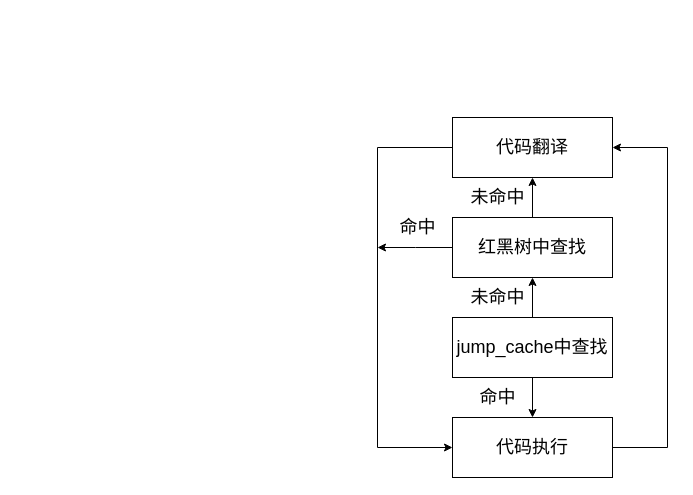
The draw.io diagram page "基本块的查找与翻译" (10 of 30) of lajit.drawio in ganjue66da/ganjue66da, before the edit. Source tidied: cells renumbered, new cells numbered last; positions are measured from the earlier drawing's top-left corner, leaving out a move shared by most shapes. Both pictures are drawn from the tidied source at 100%, with x=0, y=0 at pixel (377, 117).
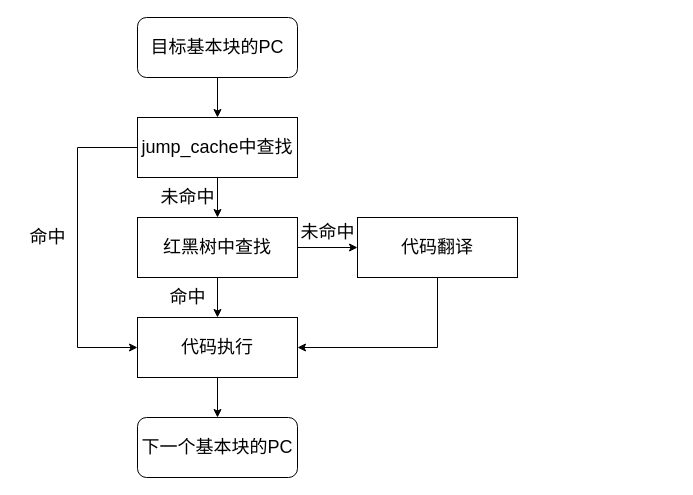
Above is the later version.

Diff of the diagram source:
```diff
@@
+    <mxCell id="16" style="edgeStyle=orthogonalEdgeStyle;rounded=0;jettySize=auto;html=1;exitX=0.5;exitY=1;exitDx=0;exitDy=0;entryX=0.5;entryY=0;entryDx=0;entryDy=0;" parent="1" edge="1" source="17" target="4">
+      <mxGeometry relative="1" as="geometry" />
+    </mxCell>
+    <mxCell id="17" value="&lt;font style=&quot;font-size: 18px;&quot;&gt;目标基本块的PC&lt;/font&gt;" style="rounded=1;whiteSpace=wrap;html=1;" parent="1" vertex="1">
+      <mxGeometry x="-240" y="-100" width="160" height="60" as="geometry" />
+    </mxCell>
-    <mxCell id="2" style="edgeStyle=orthogonalEdgeStyle;rounded=0;jettySize=auto;html=1;fontSize=18;" parent="1" edge="1" source="4" target="7">
+    <mxCell id="2" style="edgeStyle=orthogonalEdgeStyle;rounded=0;jettySize=auto;html=1;" parent="1" edge="1" source="4" target="7">
       <mxGeometry relative="1" as="geometry" />
     </mxCell>
-    <mxCell id="3" style="edgeStyle=orthogonalEdgeStyle;rounded=0;jettySize=auto;html=1;fontSize=18;" parent="1" edge="1" source="4" target="12">
-      <mxGeometry relative="1" as="geometry" />
+    <mxCell id="3" style="edgeStyle=orthogonalEdgeStyle;rounded=0;jettySize=auto;html=1;exitX=0;exitY=0.5;exitDx=0;exitDy=0;entryX=0;entryY=0.5;entryDx=0;entryDy=0;" parent="1" edge="1" source="4" target="12">
+      <mxGeometry relative="1" as="geometry">
+        <Array as="points">
+          <mxPoint x="-300" y="30" />
+          <mxPoint x="-300" y="230" />
+        </Array>
+      </mxGeometry>
     </mxCell>
     <mxCell id="4" value="jump_cache中查找" style="rounded=0;whiteSpace=wrap;html=1;fontSize=18;fillColor=none;" parent="1" vertex="1">
-      <mxGeometry x="75" y="200" width="160" height="60" as="geometry" />
+      <mxGeometry x="-240" width="160" height="60" as="geometry" />
     </mxCell>
+    <mxCell id="18" style="edgeStyle=orthogonalEdgeStyle;rounded=0;jettySize=auto;html=1;" parent="1" edge="1" source="7" target="12">
+      <mxGeometry relative="1" as="geometry" />
+    </mxCell>
-    <mxCell id="5" style="edgeStyle=orthogonalEdgeStyle;rounded=0;jettySize=auto;html=1;fontSize=18;" parent="1" edge="1" source="7" target="10">
+    <mxCell id="5" style="edgeStyle=orthogonalEdgeStyle;rounded=0;jettySize=auto;html=1;" parent="1" edge="1" source="7" target="10">
       <mxGeometry relative="1" as="geometry" />
     </mxCell>
-    <mxCell id="6" style="edgeStyle=orthogonalEdgeStyle;rounded=0;jettySize=auto;html=1;exitX=0;exitY=0.5;exitDx=0;exitDy=0;fontSize=18;" parent="1" edge="1" source="7">
-      <mxGeometry relative="1" as="geometry">
-        <mxPoint y="130" as="targetPoint" />
-      </mxGeometry>
-    </mxCell>
     <mxCell id="7" value="红黑树中查找" style="rounded=0;whiteSpace=wrap;html=1;fontSize=18;fillColor=none;" parent="1" vertex="1">
-      <mxGeometry x="75" y="100" width="160" height="60" as="geometry" />
+      <mxGeometry x="-240" y="100" width="160" height="60" as="geometry" />
     </mxCell>
-    <mxCell id="8" value="未命中" style="text;html=1;align=center;verticalAlign=middle;strokeColor=none;fillColor=none;fontSize=18;" parent="1" vertex="1">
-      <mxGeometry x="80" y="160" width="80" height="40" as="geometry" />
-    </mxCell>
+    <mxCell id="19" style="edgeStyle=orthogonalEdgeStyle;rounded=0;jettySize=auto;html=1;" parent="1" edge="1" source="12" target="24">
+      <mxGeometry relative="1" as="geometry" />
+    </mxCell>
+    <mxCell id="12" value="代码执行" style="rounded=0;whiteSpace=wrap;html=1;fontSize=18;fillColor=none;" parent="1" vertex="1">
+      <mxGeometry x="-240" y="200" width="160" height="60" as="geometry" />
+    </mxCell>
-    <mxCell id="9" style="edgeStyle=orthogonalEdgeStyle;rounded=0;jettySize=auto;html=1;exitX=0;exitY=0.5;exitDx=0;exitDy=0;entryX=0;entryY=0.5;entryDx=0;entryDy=0;fontSize=18;" parent="1" edge="1" source="10" target="12">
-      <mxGeometry relative="1" as="geometry">
-        <Array as="points">
-          <mxPoint y="30" />
-          <mxPoint y="330" />
-        </Array>
-      </mxGeometry>
+    <mxCell id="9" style="edgeStyle=orthogonalEdgeStyle;rounded=0;jettySize=auto;html=1;exitX=0.5;exitY=1;exitDx=0;exitDy=0;entryX=1;entryY=0.5;entryDx=0;entryDy=0;" parent="1" edge="1" source="10" target="12">
+      <mxGeometry relative="1" as="geometry" />
     </mxCell>
     <mxCell id="10" value="代码翻译" style="rounded=0;whiteSpace=wrap;html=1;fontSize=18;fillColor=none;" parent="1" vertex="1">
-      <mxGeometry x="75" width="160" height="60" as="geometry" />
+      <mxGeometry x="-20" y="100" width="160" height="60" as="geometry" />
     </mxCell>
-    <mxCell id="11" style="edgeStyle=orthogonalEdgeStyle;rounded=0;jettySize=auto;html=1;exitX=1;exitY=0.5;exitDx=0;exitDy=0;entryX=1;entryY=0.5;entryDx=0;entryDy=0;fontSize=18;" parent="1" edge="1" source="12" target="10">
-      <mxGeometry x="0.1" y="-20" relative="1" as="geometry">
-        <Array as="points">
-          <mxPoint x="290" y="330" />
-          <mxPoint x="290" y="30" />
-        </Array>
-      </mxGeometry>
-    </mxCell>
-    <mxCell id="12" value="代码执行" style="rounded=0;whiteSpace=wrap;html=1;fontSize=18;fillColor=none;" parent="1" vertex="1">
-      <mxGeometry x="75" y="300" width="160" height="60" as="geometry" />
-    </mxCell>
-    <mxCell id="13" value="命中" style="text;html=1;align=center;verticalAlign=middle;strokeColor=none;fillColor=none;fontSize=18;" parent="1" vertex="1">
-      <mxGeometry x="10" y="90" width="60" height="40" as="geometry" />
-    </mxCell>
-    <mxCell id="14" value="命中" style="text;html=1;align=center;verticalAlign=middle;strokeColor=none;fillColor=none;fontSize=18;" parent="1" vertex="1">
-      <mxGeometry x="90" y="260" width="60" height="40" as="geometry" />
-    </mxCell>
-    <mxCell id="15" value="未命中" style="text;html=1;align=center;verticalAlign=middle;strokeColor=none;fillColor=none;fontSize=18;" parent="1" vertex="1">
-      <mxGeometry x="80" y="60" width="80" height="40" as="geometry" />
-    </mxCell>
+    <mxCell id="20" value="&lt;font style=&quot;font-size: 18px;&quot;&gt;未命中&lt;/font&gt;" style="text;html=1;align=center;verticalAlign=middle;strokeColor=none;fillColor=none;" parent="1" vertex="1">
+      <mxGeometry x="-230" y="60" width="80" height="40" as="geometry" />
+    </mxCell>
+    <mxCell id="21" value="&lt;font style=&quot;font-size: 18px;&quot;&gt;命中&lt;/font&gt;" style="text;html=1;align=center;verticalAlign=middle;strokeColor=none;fillColor=none;" parent="1" vertex="1">
+      <mxGeometry x="-220" y="160" width="60" height="40" as="geometry" />
+    </mxCell>
+    <mxCell id="22" value="&lt;font style=&quot;font-size: 18px;&quot;&gt;未命中&lt;/font&gt;" style="text;html=1;align=center;verticalAlign=middle;strokeColor=none;fillColor=none;" parent="1" vertex="1">
+      <mxGeometry x="-90" y="95" width="80" height="40" as="geometry" />
+    </mxCell>
+    <mxCell id="23" value="&lt;font style=&quot;font-size: 18px;&quot;&gt;命中&lt;/font&gt;" style="text;html=1;align=center;verticalAlign=middle;strokeColor=none;fillColor=none;" parent="1" vertex="1">
+      <mxGeometry x="-360" y="100" width="60" height="40" as="geometry" />
+    </mxCell>
+    <mxCell id="24" value="&lt;font style=&quot;font-size: 18px;&quot;&gt;下一个基本块的PC&lt;/font&gt;" style="rounded=1;whiteSpace=wrap;html=1;" parent="1" vertex="1">
+      <mxGeometry x="-240" y="300" width="160" height="60" as="geometry" />
+    </mxCell>
```
